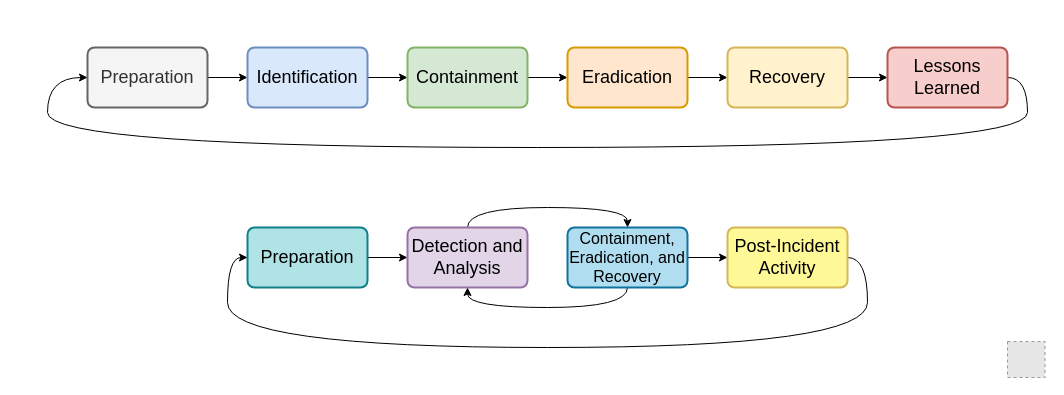
Before: incident-response.drawio in qeeqbox/incident-response, a draw.io diagram. Source tidied: cells renumbered, new cells numbered last; positions are measured from the earlier drawing's top-left corner, leaving out a move shared by most shapes. Both pictures are drawn from the tidied source at 100%, with x=0, y=0 at pixel (17, 17). Pictures stored in the file or linked from it are replaced by grey dashed boxes.
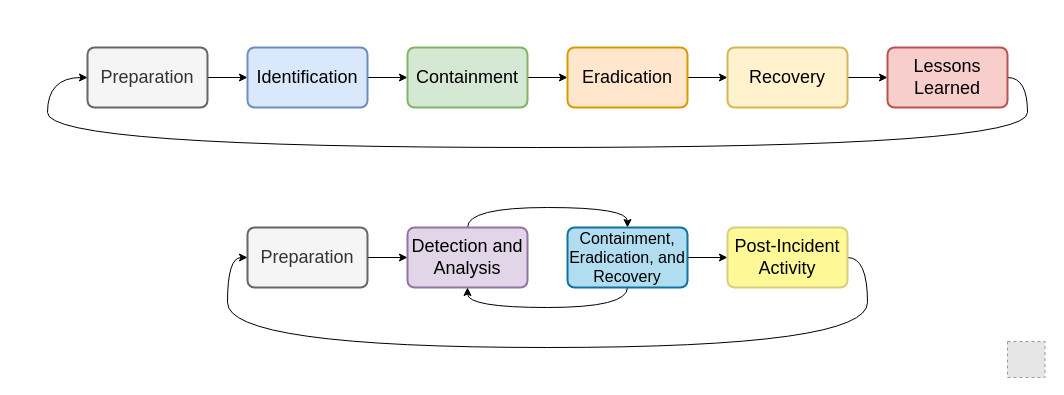
The same diagram, later.

The edit, as a diff of the source:
```diff
@@
-    <mxCell id="16" value="Preparation" style="rounded=1;whiteSpace=wrap;html=1;absoluteArcSize=1;arcSize=14;strokeWidth=2;fillColor=#b0e3e6;strokeColor=#0e8088;fontSize=18;" parent="1" vertex="1">
+    <mxCell id="16" value="Preparation" style="rounded=1;whiteSpace=wrap;html=1;absoluteArcSize=1;arcSize=14;strokeWidth=2;fillColor=#f5f5f5;strokeColor=#666666;fontSize=18;fontColor=#333333;" parent="1" vertex="1">
       <mxGeometry x="230" y="210" width="120" height="60" as="geometry" />
     </mxCell>
@@
-    <mxCell id="23" value="Post-Incident Activity" style="rounded=1;whiteSpace=wrap;html=1;absoluteArcSize=1;arcSize=14;strokeWidth=2;fillColor=#FFF896;strokeColor=#d6b656;fontSize=18;" parent="1" vertex="1">
+    <mxCell id="23" value="Post-Incident Activity" style="rounded=1;whiteSpace=wrap;html=1;absoluteArcSize=1;arcSize=14;strokeWidth=2;fillColor=#FFF896;strokeColor=#D6D07E;fontSize=18;" parent="1" vertex="1">
       <mxGeometry x="710" y="210" width="120" height="60" as="geometry" />
     </mxCell>
```
